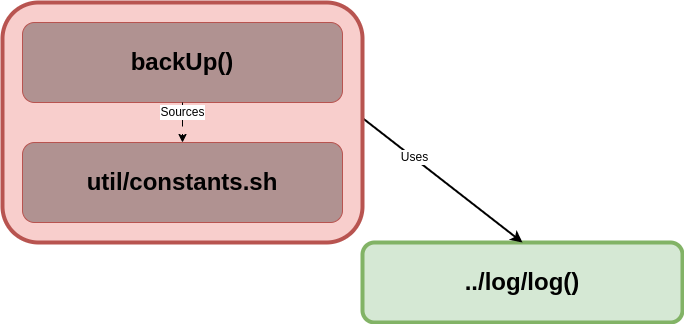
Before: docs/diagrams/backUp.png, a diagram exported from draw.io (ReedClanton/bash_base). Source tidied: cells renumbered, new cells last; positions are measured from the earlier drawing's top-left corner, leaving out a move shared by most shapes.
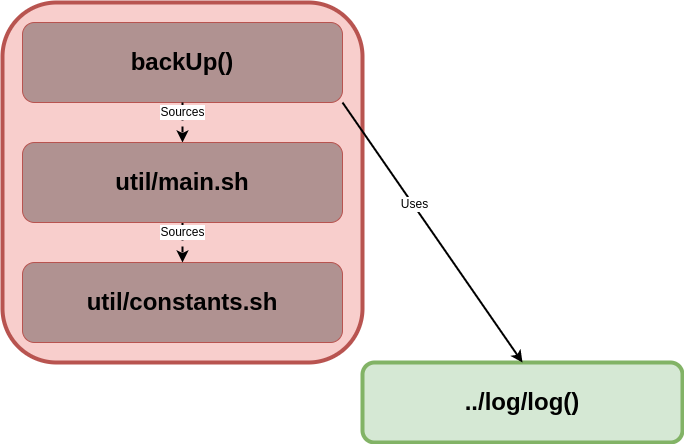
After the change.

Diff of the diagram source:
```diff
@@ -5,26 +5,32 @@
     <mxCell id="2" value="&lt;h1&gt;../log/log()&lt;/h1&gt;" style="rounded=1;whiteSpace=wrap;html=1;fillColor=#d5e8d4;strokeColor=#82b366;strokeWidth=4;" parent="1" vertex="1">
       <mxGeometry x="360" y="240" width="320" height="80" as="geometry" />
     </mxCell>
-    <mxCell id="3" style="endArrow=classic;html=1;rounded=0;entryX=0.5;entryY=0;entryDx=0;entryDy=0;exitX=1;exitY=1;exitDx=0;exitDy=0;strokeWidth=2;" parent="1" edge="1" source="7" target="2">
-      <mxGeometry relative="1" as="geometry" />
+    <mxCell id="3" style="group;" parent="1" vertex="1">
+      <mxGeometry y="-120" width="360" height="360" as="geometry" />
     </mxCell>
-    <mxCell id="4" value="&lt;font style=&quot;font-size: 12px;&quot;&gt;Uses&lt;/font&gt;" style="edgeLabel;html=1;align=center;verticalAlign=middle;" parent="3" vertex="1">
-      <mxGeometry x="-0.22" y="1" relative="1" as="geometry" />
+    <mxCell id="4" style="rounded=1;whiteSpace=wrap;html=1;fillColor=#f8cecc;strokeColor=#b85450;strokeWidth=4;" parent="3" vertex="1">
+      <mxGeometry width="360" height="360" as="geometry" />
     </mxCell>
-    <mxCell id="5" style="group;" parent="1" vertex="1">
-      <mxGeometry width="360" height="240" as="geometry" />
+    <mxCell id="5" value="&lt;h1&gt;backUp()&lt;/h1&gt;" style="rounded=1;whiteSpace=wrap;html=1;fillColor=#B09291;strokeColor=#b85450;strokeWidth=1;" parent="3" vertex="1">
+      <mxGeometry x="20" y="20" width="320" height="80" as="geometry" />
     </mxCell>
-    <mxCell id="6" style="rounded=1;whiteSpace=wrap;html=1;fillColor=#f8cecc;strokeColor=#b85450;strokeWidth=4;" parent="5" vertex="1">
-      <mxGeometry width="360" height="240" as="geometry" />
+    <mxCell id="6" value="&lt;h1&gt;util/constants.sh&lt;/h1&gt;" style="rounded=1;whiteSpace=wrap;html=1;fillColor=#B09291;strokeColor=#b85450;strokeWidth=1;" parent="3" vertex="1">
+      <mxGeometry x="20" y="260" width="320" height="80" as="geometry" />
     </mxCell>
-    <mxCell id="7" value="&lt;h1&gt;backUp()&lt;/h1&gt;" style="rounded=1;whiteSpace=wrap;html=1;fillColor=#B09291;strokeColor=#b85450;strokeWidth=1;" parent="5" vertex="1">
-      <mxGeometry x="20" y="20" width="320" height="80" as="geometry" />
+    <mxCell id="7" value="&lt;font style=&quot;font-size: 12px;&quot;&gt;Sources&lt;/font&gt;" style="endArrow=classic;html=1;rounded=0;exitX=0.5;exitY=1;exitDx=0;exitDy=0;entryX=0.5;entryY=0;entryDx=0;entryDy=0;dashed=1;strokeWidth=2;" parent="3" edge="1" source="9" target="6">
+      <mxGeometry x="-0.5" relative="1" as="geometry" />
     </mxCell>
-    <mxCell id="8" value="&lt;font style=&quot;font-size: 12px;&quot;&gt;Sources&lt;/font&gt;" style="endArrow=classic;html=1;rounded=0;exitX=0.5;exitY=1;exitDx=0;exitDy=0;entryX=0.5;entryY=0;entryDx=0;entryDy=0;dashed=1;dashPattern=8 8;" parent="5" edge="1" source="7" target="9">
+    <mxCell id="8" value="&lt;font style=&quot;font-size: 12px;&quot;&gt;Sources&lt;/font&gt;" style="endArrow=classic;html=1;rounded=0;exitX=0.5;exitY=1;exitDx=0;exitDy=0;entryX=0.5;entryY=0;entryDx=0;entryDy=0;dashed=1;strokeWidth=2;" parent="3" edge="1" source="5" target="9">
       <mxGeometry x="-0.5" relative="1" as="geometry" />
     </mxCell>
-    <mxCell id="9" value="&lt;h1&gt;util/constants.sh&lt;/h1&gt;" style="rounded=1;whiteSpace=wrap;html=1;fillColor=#B09291;strokeColor=#b85450;" parent="5" vertex="1">
+    <mxCell id="9" value="&lt;h1&gt;util/main.sh&lt;/h1&gt;" style="rounded=1;whiteSpace=wrap;html=1;fillColor=#B09291;strokeColor=#b85450;strokeWidth=1;" parent="3" vertex="1">
       <mxGeometry x="20" y="140" width="320" height="80" as="geometry" />
     </mxCell>
+    <mxCell id="10" style="endArrow=classic;html=1;rounded=0;entryX=0.5;entryY=0;entryDx=0;entryDy=0;exitX=1;exitY=1;exitDx=0;exitDy=0;strokeWidth=2;" parent="1" edge="1" source="5" target="2">
+      <mxGeometry relative="1" as="geometry" />
+    </mxCell>
+    <mxCell id="11" value="&lt;font style=&quot;font-size: 12px;&quot;&gt;Uses&lt;/font&gt;" style="edgeLabel;html=1;align=center;verticalAlign=middle;" parent="10" vertex="1">
+      <mxGeometry x="-0.22" y="1" relative="1" as="geometry" />
+    </mxCell>
   </root>
 </mxGraphModel>
```
